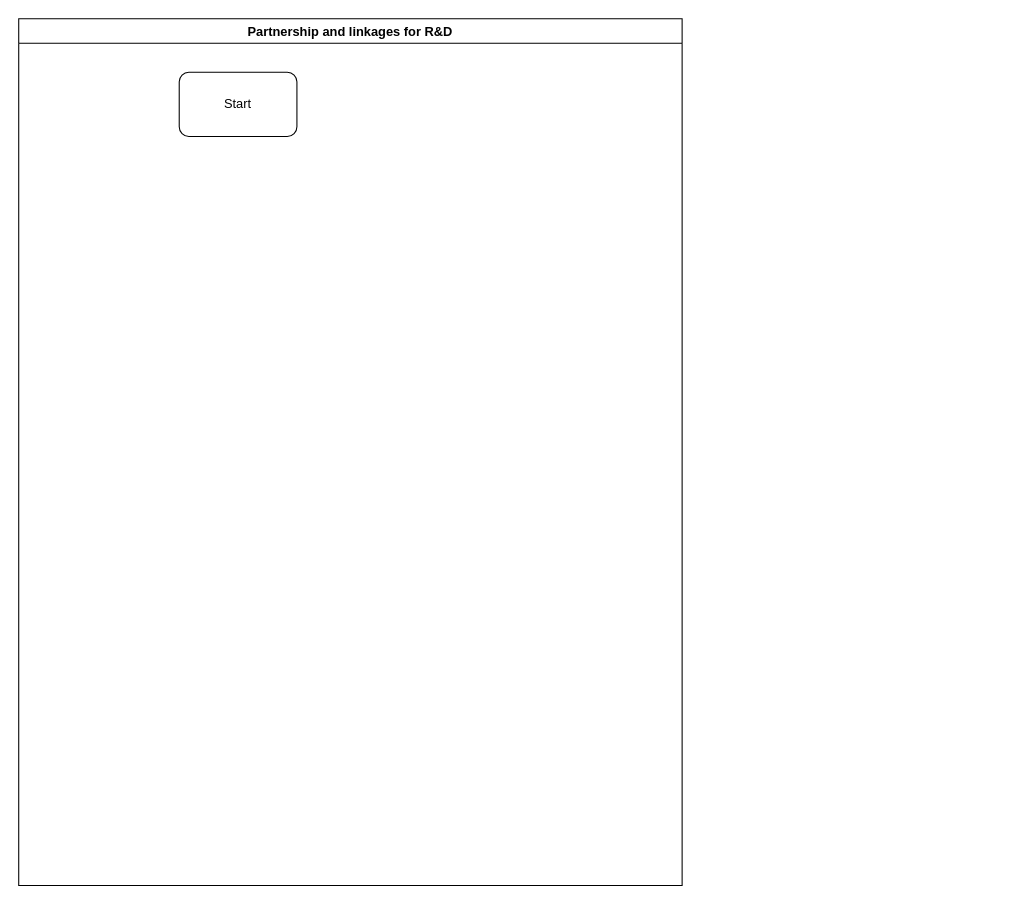
Above: KEFRI-R&D-Partnership and linkages for R&D.drawio in kmagua/flowcharts (draw.io), before the change. Source tidied: cells renumbered, new cells numbered last; positions are measured from the earlier drawing's top-left corner, leaving out a move shared by most shapes. Both pictures are drawn from the tidied source at 107%, with x=0, y=0 at pixel (18, 18).
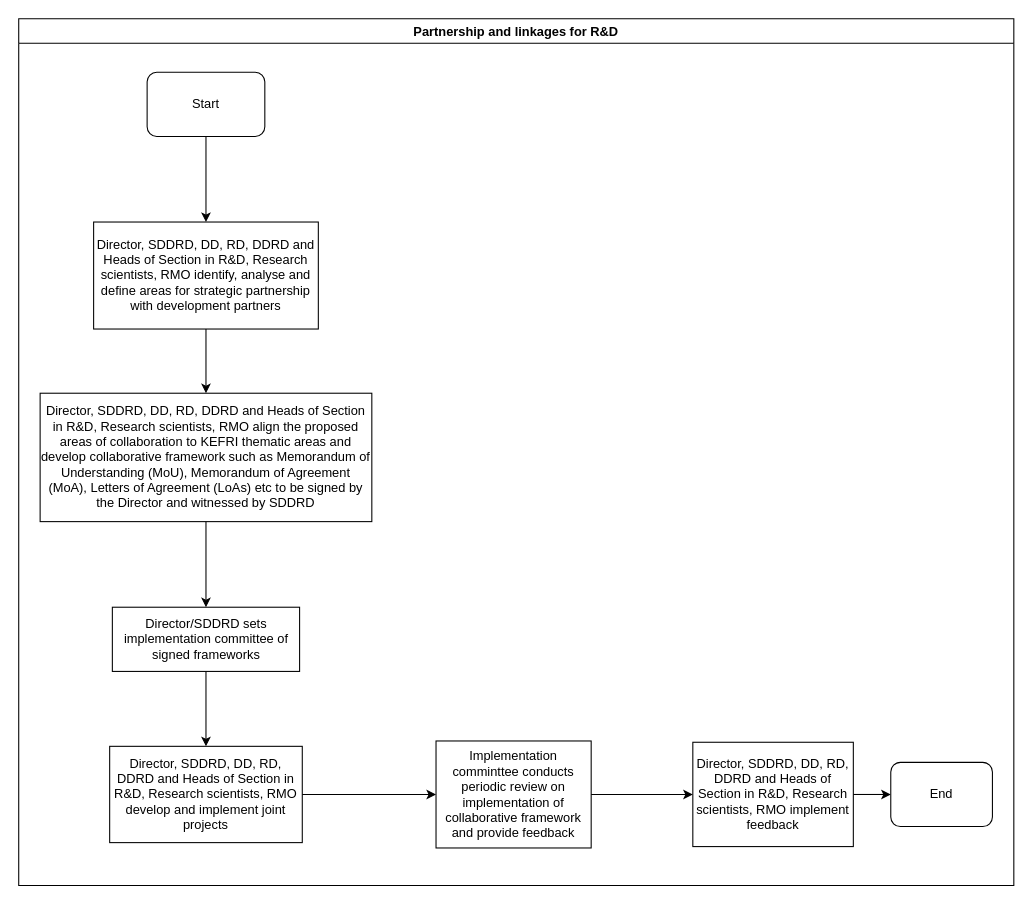
The same diagram, later.

Diff of the diagram source:
```diff
@@
 <mxGraphModel>
   <root>
     <mxCell id="0" />
     <mxCell id="1" parent="0" />
     <mxCell id="2" value="Partnership and linkages for R&amp;D" style="swimlane;" parent="1" vertex="1">
-      <mxGeometry width="620" height="810" as="geometry" />
+      <mxGeometry width="930" height="810" as="geometry" />
     </mxCell>
     <mxCell id="3" value="Start" style="rounded=1;whiteSpace=wrap;html=1;" parent="2" vertex="1">
-      <mxGeometry x="150" y="50" width="110" height="60" as="geometry" />
+      <mxGeometry x="120" y="50" width="110" height="60" as="geometry" />
     </mxCell>
+    <mxCell id="4" value="Director, SDDRD, DD, RD, DDRD and Heads of Section in R&amp;amp;D, Research scientists, RMO identify, analyse and define areas for strategic partnership with development partners" style="rounded=0;whiteSpace=wrap;html=1;" parent="2" vertex="1">
+      <mxGeometry x="70" y="190" width="210" height="100" as="geometry" />
+    </mxCell>
+    <mxCell id="5" style="edgeStyle=orthogonalEdgeStyle;rounded=0;jettySize=auto;html=1;" parent="2" edge="1" source="3" target="4">
+      <mxGeometry relative="1" as="geometry" />
+    </mxCell>
+    <mxCell id="6" value="Director, SDDRD, DD, RD, DDRD and Heads of Section in R&amp;amp;D, Research scientists, RMO align the proposed areas of collaboration to KEFRI thematic areas and develop collaborative framework such as Memorandum of Understanding (MoU), Memorandum of Agreement (MoA), Letters of Agreement (LoAs) etc to be signed by the Director and witnessed by SDDRD" style="whiteSpace=wrap;html=1;rounded=0;" parent="2" vertex="1">
+      <mxGeometry x="20" y="350" width="310" height="120" as="geometry" />
+    </mxCell>
+    <mxCell id="7" style="edgeStyle=orthogonalEdgeStyle;rounded=0;jettySize=auto;html=1;" parent="2" edge="1" source="4" target="6">
+      <mxGeometry relative="1" as="geometry" />
+    </mxCell>
+    <mxCell id="8" value="Director/SDDRD sets implementation committee of signed frameworks" style="whiteSpace=wrap;html=1;rounded=0;" parent="2" vertex="1">
+      <mxGeometry x="87.5" y="550" width="175" height="60" as="geometry" />
+    </mxCell>
+    <mxCell id="9" style="edgeStyle=orthogonalEdgeStyle;rounded=0;jettySize=auto;html=1;" parent="2" edge="1" source="6" target="8">
+      <mxGeometry relative="1" as="geometry" />
+    </mxCell>
+    <mxCell id="10" value="Director, SDDRD, DD, RD, DDRD and Heads of Section in R&amp;amp;D, Research scientists, RMO develop and implement joint projects" style="whiteSpace=wrap;html=1;rounded=0;" parent="2" vertex="1">
+      <mxGeometry x="85" y="680" width="180" height="90" as="geometry" />
+    </mxCell>
+    <mxCell id="11" style="edgeStyle=orthogonalEdgeStyle;rounded=0;jettySize=auto;html=1;" parent="2" edge="1" source="8" target="10">
+      <mxGeometry relative="1" as="geometry" />
+    </mxCell>
+    <mxCell id="12" value="Implementation comminttee conducts periodic review on implementation of collaborative framework and provide feedback" style="whiteSpace=wrap;html=1;rounded=0;" parent="2" vertex="1">
+      <mxGeometry x="390" y="675" width="145" height="100" as="geometry" />
+    </mxCell>
+    <mxCell id="13" style="edgeStyle=orthogonalEdgeStyle;rounded=0;jettySize=auto;html=1;" parent="2" edge="1" source="10" target="12">
+      <mxGeometry relative="1" as="geometry" />
+    </mxCell>
+    <mxCell id="14" value="Director, SDDRD, DD, RD, DDRD and Heads of Section in R&amp;amp;D, Research scientists, RMO implement feedback " style="whiteSpace=wrap;html=1;rounded=0;" parent="2" vertex="1">
+      <mxGeometry x="630" y="676.2" width="150" height="97.5" as="geometry" />
+    </mxCell>
+    <mxCell id="15" style="edgeStyle=orthogonalEdgeStyle;rounded=0;jettySize=auto;html=1;" parent="2" edge="1" source="12" target="14">
+      <mxGeometry relative="1" as="geometry" />
+    </mxCell>
+    <mxCell id="16" style="edgeStyle=orthogonalEdgeStyle;rounded=0;jettySize=auto;html=1;" parent="1" edge="1" source="14" target="17">
+      <mxGeometry relative="1" as="geometry" />
+    </mxCell>
+    <mxCell id="17" value="End" style="rounded=1;whiteSpace=wrap;html=1;" parent="1" vertex="1">
+      <mxGeometry x="815" y="695" width="95" height="60" as="geometry" />
+    </mxCell>
   </root>
 </mxGraphModel>
```
